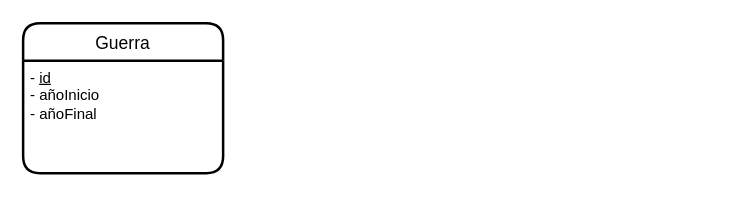
Above: ex4.drawio in JuanMarinG/TA12_MYSQL (draw.io), before the change. Source tidied: cells renumbered, new cells numbered last; positions are measured from the earlier drawing's top-left corner, leaving out a move shared by most shapes. Both pictures are drawn from the tidied source at 125%, with x=0, y=0 at pixel (22, 22).
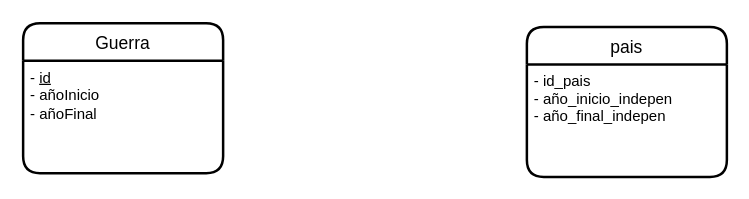
The same diagram, later.

Change to the diagram source:
```diff
@@
 <mxGraphModel>
   <root>
     <mxCell id="0" />
     <mxCell id="1" parent="0" />
     <mxCell id="2" value="Guerra" style="swimlane;horizontal=1;startSize=30;rounded=1;fontSize=14;fontStyle=0;strokeWidth=2;shadow=0;dashed=0;align=center;" parent="1" vertex="1">
       <mxGeometry width="160" height="120" as="geometry" />
     </mxCell>
     <mxCell id="3" value="- &lt;u&gt;id&lt;/u&gt;&lt;br&gt;- añoInicio&lt;br&gt;- añoFinal" style="align=left;strokeColor=none;fillColor=none;spacingLeft=4;fontSize=12;verticalAlign=top;html=1;" parent="2" vertex="1">
       <mxGeometry y="30" width="160" height="90" as="geometry" />
     </mxCell>
+    <mxCell id="4" value="pais" style="swimlane;horizontal=1;startSize=30;rounded=1;fontSize=14;fontStyle=0;strokeWidth=2;shadow=0;dashed=0;align=center;" parent="1" vertex="1">
+      <mxGeometry x="403" y="3" width="160" height="120" as="geometry" />
+    </mxCell>
+    <mxCell id="5" value="- id_pais&#10;- año_inicio_indepen&#10;- año_final_indepen&#10;" style="align=left;strokeColor=none;fillColor=none;spacingLeft=4;fontSize=12;verticalAlign=top;" parent="4" vertex="1">
+      <mxGeometry y="30" width="160" height="90" as="geometry" />
+    </mxCell>
   </root>
 </mxGraphModel>
```
